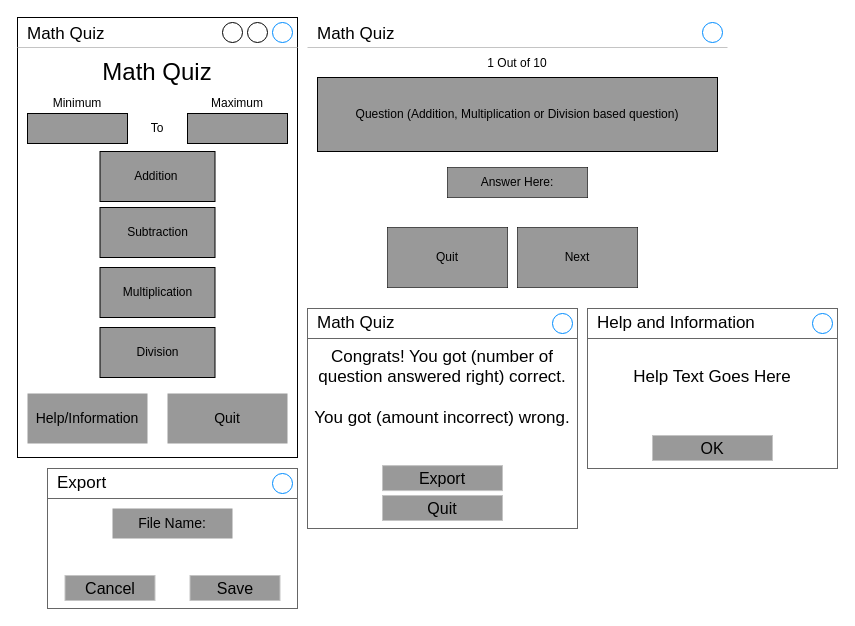
The draw.io diagram wireframes.drawio in Riley-Browne/Math_Quiz, before the edit. Source tidied: cells renumbered, new cells numbered last; positions are measured from the earlier drawing's top-left corner, leaving out a move shared by most shapes. Both pictures are drawn from the tidied source at 100%, with x=0, y=0 at pixel (17, 17).
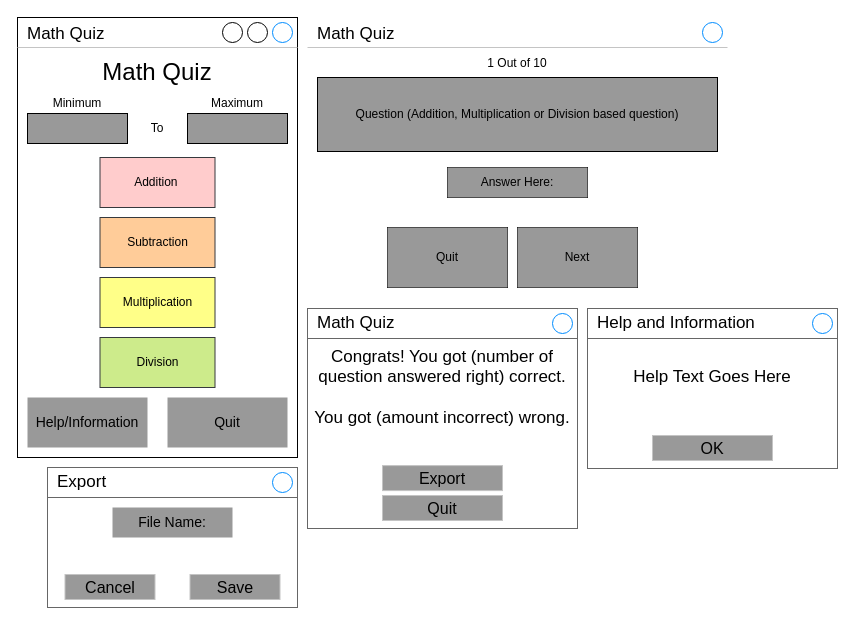
The same page after the edit.

What changed in the source:
```diff
@@
     <mxCell id="6" value="&lt;font style=&quot;font-size: 14px&quot; color=&quot;#000000&quot;&gt;Quit&lt;/font&gt;" style="text;html=1;strokeColor=none;fillColor=#999999;align=center;verticalAlign=middle;whiteSpace=wrap;rounded=0;" parent="1" vertex="1">
-      <mxGeometry x="150" y="376" width="120" height="50" as="geometry" />
+      <mxGeometry x="150" y="380" width="120" height="50" as="geometry" />
     </mxCell>
     <mxCell id="7" value="&lt;font style=&quot;font-size: 14px&quot; color=&quot;#000000&quot;&gt;Help/Information&lt;/font&gt;" style="text;html=1;strokeColor=none;fillColor=#999999;align=center;verticalAlign=middle;whiteSpace=wrap;rounded=0;" parent="1" vertex="1">
-      <mxGeometry x="10" y="376" width="120" height="50" as="geometry" />
+      <mxGeometry x="10" y="380" width="120" height="50" as="geometry" />
     </mxCell>
@@
-    <mxCell id="11" value="&lt;font color=&quot;#000000&quot;&gt;Addition&amp;nbsp;&lt;/font&gt;" style="rounded=0;whiteSpace=wrap;html=1;fillColor=#999999;" parent="1" vertex="1">
-      <mxGeometry x="82.5" y="134" width="115" height="50" as="geometry" />
+    <mxCell id="11" value="&lt;font color=&quot;#000000&quot;&gt;Addition&amp;nbsp;&lt;/font&gt;" style="rounded=0;whiteSpace=wrap;html=1;fillColor=#ffcccc;strokeColor=#36393d;" parent="1" vertex="1">
+      <mxGeometry x="82.5" y="140" width="115" height="50" as="geometry" />
     </mxCell>
-    <mxCell id="12" value="&lt;font color=&quot;#000000&quot;&gt;Division&lt;/font&gt;" style="rounded=0;whiteSpace=wrap;html=1;fillColor=#999999;" parent="1" vertex="1">
-      <mxGeometry x="82.5" y="310" width="115" height="50" as="geometry" />
+    <mxCell id="12" value="&lt;font color=&quot;#000000&quot;&gt;Division&lt;/font&gt;" style="rounded=0;whiteSpace=wrap;html=1;fillColor=#cdeb8b;strokeColor=#36393d;" parent="1" vertex="1">
+      <mxGeometry x="82.5" y="320" width="115" height="50" as="geometry" />
     </mxCell>
-    <mxCell id="13" value="&lt;font color=&quot;#000000&quot;&gt;Multiplication&lt;/font&gt;" style="rounded=0;whiteSpace=wrap;html=1;fillColor=#999999;" parent="1" vertex="1">
-      <mxGeometry x="82.5" y="250" width="115" height="50" as="geometry" />
+    <mxCell id="13" value="&lt;font color=&quot;#000000&quot;&gt;Multiplication&lt;/font&gt;" style="rounded=0;whiteSpace=wrap;html=1;fillColor=#ffff88;strokeColor=#36393d;" parent="1" vertex="1">
+      <mxGeometry x="82.5" y="260" width="115" height="50" as="geometry" />
     </mxCell>
@@
-    <mxCell id="32" value="&lt;font color=&quot;#000000&quot;&gt;Subtraction&lt;br&gt;&lt;/font&gt;" style="rounded=0;whiteSpace=wrap;html=1;fillColor=#999999;" parent="1" vertex="1">
-      <mxGeometry x="82.5" y="190" width="115" height="50" as="geometry" />
+    <mxCell id="32" value="&lt;font color=&quot;#000000&quot;&gt;Subtraction&lt;br&gt;&lt;/font&gt;" style="rounded=0;whiteSpace=wrap;html=1;fillColor=#ffcc99;strokeColor=#36393d;" parent="1" vertex="1">
+      <mxGeometry x="82.5" y="200" width="115" height="50" as="geometry" />
     </mxCell>
     <mxCell id="33" style="strokeWidth=1;shadow=0;dashed=0;align=center;html=1;shape=mxgraph.mockup.containers.rrect;rSize=0;strokeColor=#666666;fontColor=#666666;fontSize=17;verticalAlign=top;whiteSpace=wrap;fillColor=#ffffff;spacingTop=32;" parent="1" vertex="1">
-      <mxGeometry x="30" y="451" width="250" height="140" as="geometry" />
+      <mxGeometry x="30" y="450" width="250" height="140" as="geometry" />
     </mxCell>
```
